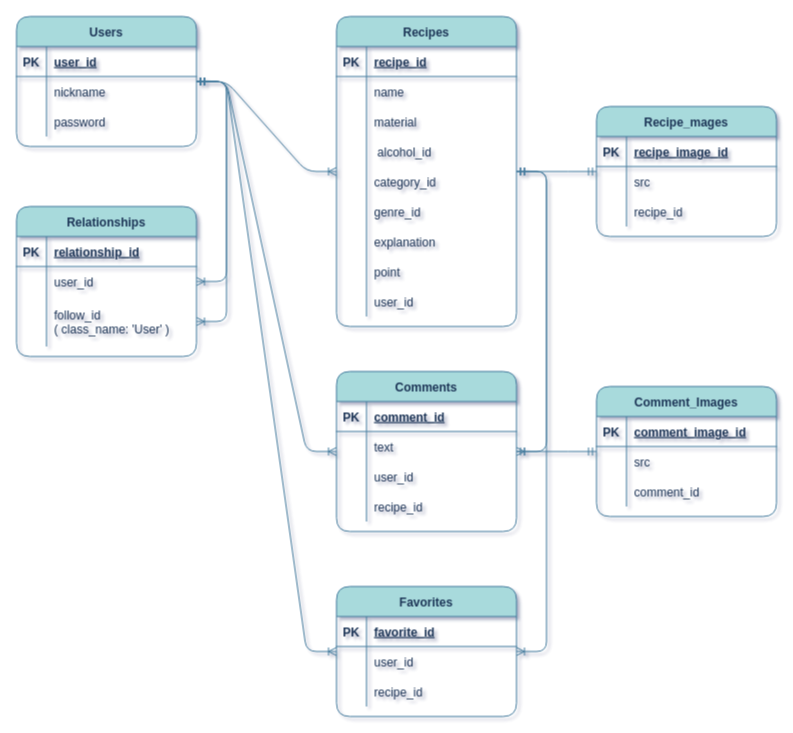
Before: ER.dio in shisoshiso/izakaya-recipe, a draw.io diagram. Source tidied: cells renumbered, new cells numbered last; positions are measured from the earlier drawing's top-left corner, leaving out a move shared by most shapes. Both pictures are drawn from the tidied source at 100%, with x=0, y=0 at pixel (16, 16).
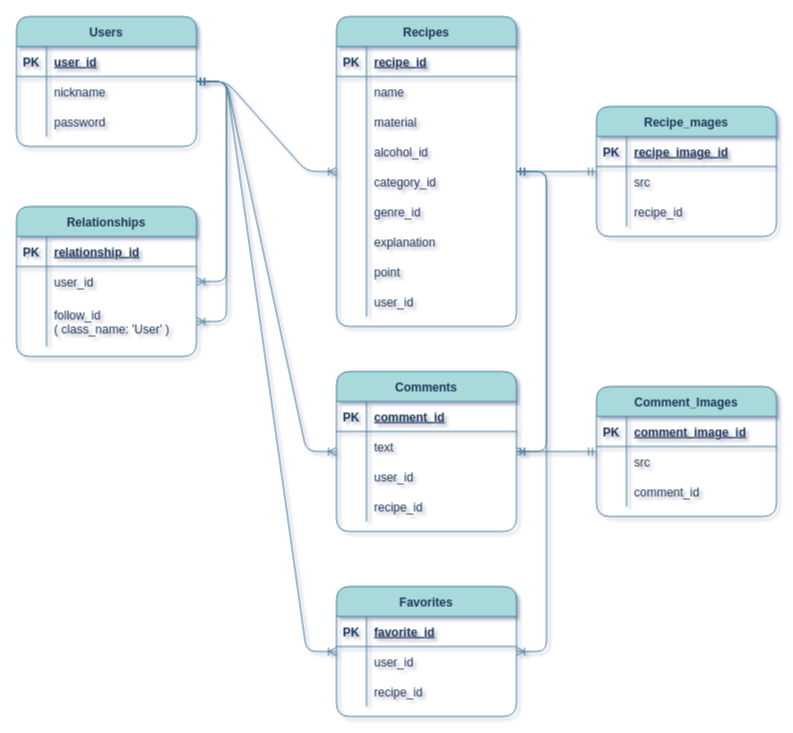
Above is the later version.

Commit message (it also covers changes not shown here):
READ ME、ER図の修正

explanation追加

Unchanged cells that the change refers to:
```xml
<mxCell id="32" style="shape=partialRectangle;fillColor=none;top=0;left=0;bottom=0;right=0;rounded=1;strokeColor=#457B9D;fontColor=#1D3557;" parent="22" vertex="1">
  <mxGeometry y="120" width="180" height="30" as="geometry" />
</mxCell>
```

Diff of the diagram source:
```diff
@@
-    <mxCell id="34" value=" alcohol_id" style="shape=partialRectangle;fillColor=none;top=0;left=0;bottom=0;right=0;align=left;spacingLeft=6;overflow=hidden;rounded=1;strokeColor=#457B9D;fontColor=#1D3557;" parent="32" vertex="1">
+    <mxCell id="34" value="alcohol_id" style="shape=partialRectangle;fillColor=none;top=0;left=0;bottom=0;right=0;align=left;spacingLeft=6;overflow=hidden;rounded=1;strokeColor=#457B9D;fontColor=#1D3557;" parent="32" vertex="1">
       <mxGeometry x="30" width="150" height="30" as="geometry" />
     </mxCell>
```
